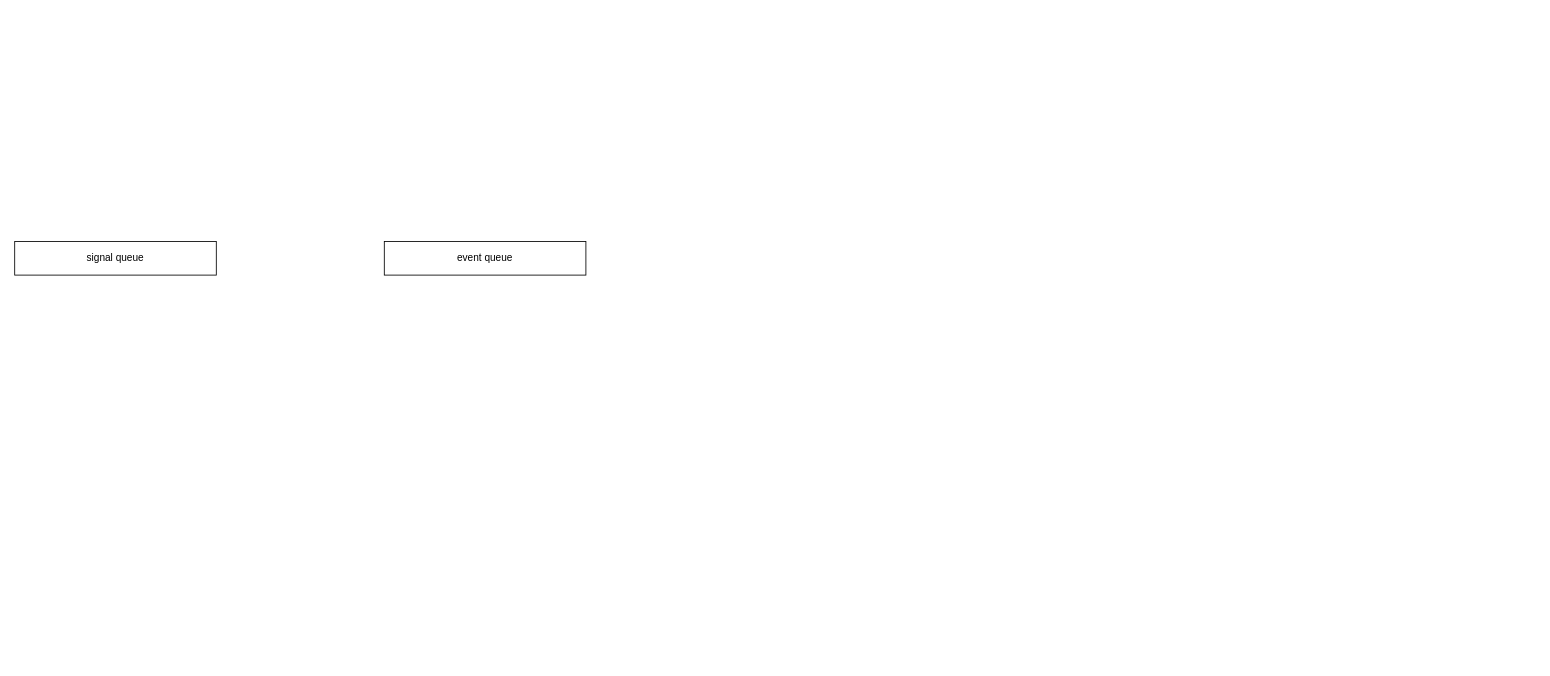
This is page "事件队列" (4 of 4) of HFTPolicy.drawio from zhaxd123/drawio, a draw.io file, before an edit. Source tidied: cells renumbered, new cells numbered last; positions are measured from the earlier drawing's top-left corner, leaving out a move shared by most shapes. Both pictures are drawn from the tidied source at 84%, with x=0, y=0 at pixel (14, 241).
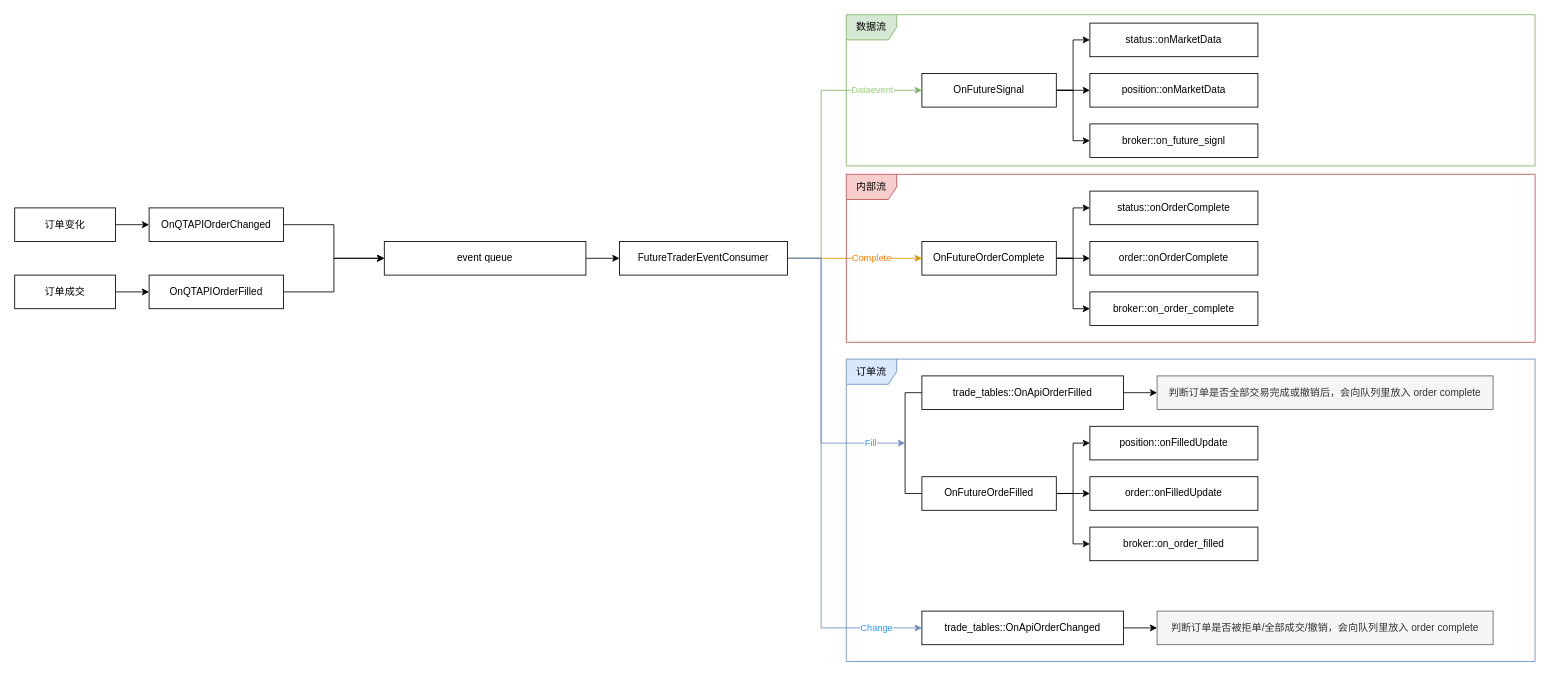
The same diagram, later.

The change refers to these unchanged cells:
```xml
<mxCell id="3" value="event queue" style="rounded=0;whiteSpace=wrap;html=1;" parent="1" vertex="1">
  <mxGeometry x="440" width="240" height="40" as="geometry" />
</mxCell>
```

What changed in the source:
```diff
@@
-    <mxCell id="2" value="signal queue" style="rounded=0;whiteSpace=wrap;html=1;" parent="1" vertex="1">
-      <mxGeometry width="240" height="40" as="geometry" />
-    </mxCell>
+    <mxCell id="4" style="edgeStyle=orthogonalEdgeStyle;rounded=0;jettySize=auto;html=1;" parent="1" edge="1" source="3" target="17">
+      <mxGeometry relative="1" as="geometry" />
+    </mxCell>
@@
+    <mxCell id="5" style="edgeStyle=orthogonalEdgeStyle;rounded=0;jettySize=auto;html=1;" parent="1" edge="1" source="6" target="12">
+      <mxGeometry relative="1" as="geometry" />
+    </mxCell>
+    <mxCell id="6" value="订单成交" style="rounded=0;whiteSpace=wrap;html=1;" parent="1" vertex="1">
+      <mxGeometry y="40" width="120" height="40" as="geometry" />
+    </mxCell>
+    <mxCell id="7" style="edgeStyle=orthogonalEdgeStyle;rounded=0;jettySize=auto;html=1;" parent="1" edge="1" source="8" target="10">
+      <mxGeometry relative="1" as="geometry" />
+    </mxCell>
+    <mxCell id="8" value="订单变化" style="rounded=0;whiteSpace=wrap;html=1;" parent="1" vertex="1">
+      <mxGeometry y="-40" width="120" height="40" as="geometry" />
+    </mxCell>
+    <mxCell id="9" style="edgeStyle=orthogonalEdgeStyle;rounded=0;jettySize=auto;html=1;exitX=1;exitY=0.5;exitDx=0;exitDy=0;entryX=0;entryY=0.5;entryDx=0;entryDy=0;" parent="1" edge="1" source="10" target="3">
+      <mxGeometry relative="1" as="geometry" />
+    </mxCell>
+    <mxCell id="10" value="OnQTAPIOrderChanged" style="rounded=0;whiteSpace=wrap;html=1;" parent="1" vertex="1">
+      <mxGeometry x="160" y="-40" width="160" height="40" as="geometry" />
+    </mxCell>
+    <mxCell id="11" style="edgeStyle=orthogonalEdgeStyle;rounded=0;jettySize=auto;html=1;exitX=1;exitY=0.5;exitDx=0;exitDy=0;" parent="1" edge="1" source="12" target="3">
+      <mxGeometry relative="1" as="geometry" />
+    </mxCell>
+    <mxCell id="12" value="OnQTAPIOrderFilled" style="rounded=0;whiteSpace=wrap;html=1;" parent="1" vertex="1">
+      <mxGeometry x="160" y="40" width="160" height="40" as="geometry" />
+    </mxCell>
+    <mxCell id="13" value="Dataevent" style="edgeStyle=orthogonalEdgeStyle;rounded=0;jettySize=auto;html=1;exitX=1;exitY=0.5;exitDx=0;exitDy=0;entryX=0;entryY=0.5;entryDx=0;entryDy=0;fillColor=#d5e8d4;strokeColor=#82b366;fontColor=#97D077;" parent="1" edge="1" source="17" target="21">
+      <mxGeometry x="0.67" relative="1" as="geometry">
+        <Array as="points">
+          <mxPoint x="960" y="20" />
+          <mxPoint x="960" y="-180" />
+        </Array>
+      </mxGeometry>
+    </mxCell>
+    <mxCell id="14" value="Complete" style="edgeStyle=orthogonalEdgeStyle;rounded=0;jettySize=auto;html=1;exitX=1;exitY=0.5;exitDx=0;exitDy=0;fillColor=#ffe6cc;strokeColor=#d79b00;fontColor=#FF8000;" parent="1" edge="1" source="17" target="25">
+      <mxGeometry x="0.25" relative="1" as="geometry" />
+    </mxCell>
+    <mxCell id="15" value="Fill" style="edgeStyle=orthogonalEdgeStyle;rounded=0;jettySize=auto;html=1;exitX=1;exitY=0.5;exitDx=0;exitDy=0;fillColor=#dae8fc;strokeColor=#6c8ebf;fontColor=#3399FF;" parent="1" edge="1" source="17">
+      <mxGeometry x="0.77" relative="1" as="geometry">
+        <mxPoint x="1060" y="240" as="targetPoint" />
+        <Array as="points">
+          <mxPoint x="960" y="20" />
+          <mxPoint x="960" y="240" />
+        </Array>
+      </mxGeometry>
+    </mxCell>
+    <mxCell id="16" value="Change" style="edgeStyle=orthogonalEdgeStyle;rounded=0;jettySize=auto;html=1;exitX=1;exitY=0.5;exitDx=0;exitDy=0;entryX=0;entryY=0.5;entryDx=0;entryDy=0;fillColor=#dae8fc;strokeColor=#6c8ebf;fontColor=#3399FF;" parent="1" edge="1" source="17" target="44">
+      <mxGeometry x="0.82" relative="1" as="geometry">
+        <Array as="points">
+          <mxPoint x="960" y="20" />
+          <mxPoint x="960" y="460" />
+        </Array>
+      </mxGeometry>
+    </mxCell>
+    <mxCell id="17" value="FutureTraderEventConsumer" style="rounded=0;whiteSpace=wrap;html=1;" parent="1" vertex="1">
+      <mxGeometry x="720" width="200" height="40" as="geometry" />
+    </mxCell>
+    <mxCell id="18" style="edgeStyle=orthogonalEdgeStyle;rounded=0;jettySize=auto;html=1;exitX=1;exitY=0.5;exitDx=0;exitDy=0;entryX=0;entryY=0.5;entryDx=0;entryDy=0;" parent="1" edge="1" source="21" target="30">
+      <mxGeometry relative="1" as="geometry" />
+    </mxCell>
+    <mxCell id="19" style="edgeStyle=orthogonalEdgeStyle;rounded=0;jettySize=auto;html=1;exitX=1;exitY=0.5;exitDx=0;exitDy=0;" parent="1" edge="1" source="21" target="31">
+      <mxGeometry relative="1" as="geometry" />
+    </mxCell>
+    <mxCell id="20" style="edgeStyle=orthogonalEdgeStyle;rounded=0;jettySize=auto;html=1;exitX=1;exitY=0.5;exitDx=0;exitDy=0;entryX=0;entryY=0.5;entryDx=0;entryDy=0;" parent="1" edge="1" source="21" target="32">
+      <mxGeometry relative="1" as="geometry" />
+    </mxCell>
+    <mxCell id="21" value="OnFutureSignal" style="rounded=0;whiteSpace=wrap;html=1;" parent="1" vertex="1">
+      <mxGeometry x="1080" y="-200" width="160" height="40" as="geometry" />
+    </mxCell>
+    <mxCell id="22" style="edgeStyle=orthogonalEdgeStyle;rounded=0;jettySize=auto;html=1;exitX=1;exitY=0.5;exitDx=0;exitDy=0;entryX=0;entryY=0.5;entryDx=0;entryDy=0;" parent="1" edge="1" source="25" target="33">
+      <mxGeometry relative="1" as="geometry" />
+    </mxCell>
+    <mxCell id="23" style="edgeStyle=orthogonalEdgeStyle;rounded=0;jettySize=auto;html=1;exitX=1;exitY=0.5;exitDx=0;exitDy=0;" parent="1" edge="1" source="25" target="34">
+      <mxGeometry relative="1" as="geometry" />
+    </mxCell>
+    <mxCell id="24" style="edgeStyle=orthogonalEdgeStyle;rounded=0;jettySize=auto;html=1;exitX=1;exitY=0.5;exitDx=0;exitDy=0;entryX=0;entryY=0.5;entryDx=0;entryDy=0;" parent="1" edge="1" source="25" target="35">
+      <mxGeometry relative="1" as="geometry" />
+    </mxCell>
+    <mxCell id="25" value="OnFutureOrderComplete" style="rounded=0;whiteSpace=wrap;html=1;" parent="1" vertex="1">
+      <mxGeometry x="1080" width="160" height="40" as="geometry" />
+    </mxCell>
+    <mxCell id="26" style="edgeStyle=orthogonalEdgeStyle;rounded=0;jettySize=auto;html=1;exitX=1;exitY=0.5;exitDx=0;exitDy=0;entryX=0;entryY=0.5;entryDx=0;entryDy=0;" parent="1" edge="1" source="29" target="36">
+      <mxGeometry relative="1" as="geometry" />
+    </mxCell>
+    <mxCell id="27" style="edgeStyle=orthogonalEdgeStyle;rounded=0;jettySize=auto;html=1;exitX=1;exitY=0.5;exitDx=0;exitDy=0;" parent="1" edge="1" source="29" target="37">
+      <mxGeometry relative="1" as="geometry" />
+    </mxCell>
+    <mxCell id="28" style="edgeStyle=orthogonalEdgeStyle;rounded=0;jettySize=auto;html=1;exitX=1;exitY=0.5;exitDx=0;exitDy=0;entryX=0;entryY=0.5;entryDx=0;entryDy=0;" parent="1" edge="1" source="29" target="38">
+      <mxGeometry relative="1" as="geometry" />
+    </mxCell>
+    <mxCell id="29" value="OnFutureOrdeFilled" style="rounded=0;whiteSpace=wrap;html=1;" parent="1" vertex="1">
+      <mxGeometry x="1080" y="280" width="160" height="40" as="geometry" />
+    </mxCell>
+    <mxCell id="30" value="status::onMarketData" style="rounded=0;whiteSpace=wrap;html=1;" parent="1" vertex="1">
+      <mxGeometry x="1280" y="-260" width="200" height="40" as="geometry" />
+    </mxCell>
+    <mxCell id="31" value="position::onMarketData" style="rounded=0;whiteSpace=wrap;html=1;" parent="1" vertex="1">
+      <mxGeometry x="1280" y="-200" width="200" height="40" as="geometry" />
+    </mxCell>
+    <mxCell id="32" value="broker::on_future_signl" style="rounded=0;whiteSpace=wrap;html=1;" parent="1" vertex="1">
+      <mxGeometry x="1280" y="-140" width="200" height="40" as="geometry" />
+    </mxCell>
+    <mxCell id="33" value="status::onOrderComplete" style="rounded=0;whiteSpace=wrap;html=1;" parent="1" vertex="1">
+      <mxGeometry x="1280" y="-60" width="200" height="40" as="geometry" />
+    </mxCell>
+    <mxCell id="34" value="order::onOrderComplete" style="rounded=0;whiteSpace=wrap;html=1;" parent="1" vertex="1">
+      <mxGeometry x="1280" width="200" height="40" as="geometry" />
+    </mxCell>
+    <mxCell id="35" value="broker::on_order_complete" style="rounded=0;whiteSpace=wrap;html=1;" parent="1" vertex="1">
+      <mxGeometry x="1280" y="60" width="200" height="40" as="geometry" />
+    </mxCell>
+    <mxCell id="36" value="position::onFilledUpdate" style="rounded=0;whiteSpace=wrap;html=1;" parent="1" vertex="1">
+      <mxGeometry x="1280" y="220" width="200" height="40" as="geometry" />
+    </mxCell>
+    <mxCell id="37" value="order::onFilledUpdate" style="rounded=0;whiteSpace=wrap;html=1;" parent="1" vertex="1">
+      <mxGeometry x="1280" y="280" width="200" height="40" as="geometry" />
+    </mxCell>
+    <mxCell id="38" value="broker::on_order_filled" style="rounded=0;whiteSpace=wrap;html=1;" parent="1" vertex="1">
+      <mxGeometry x="1280" y="340" width="200" height="40" as="geometry" />
+    </mxCell>
+    <mxCell id="39" style="edgeStyle=orthogonalEdgeStyle;rounded=0;jettySize=auto;html=1;exitX=0;exitY=0.5;exitDx=0;exitDy=0;entryX=0;entryY=0.5;entryDx=0;entryDy=0;endArrow=none;endFill=0;" parent="1" edge="1" source="41" target="29">
+      <mxGeometry relative="1" as="geometry" />
+    </mxCell>
+    <mxCell id="40" style="edgeStyle=orthogonalEdgeStyle;rounded=0;jettySize=auto;html=1;exitX=1;exitY=0.5;exitDx=0;exitDy=0;" parent="1" edge="1" source="41" target="42">
+      <mxGeometry relative="1" as="geometry" />
+    </mxCell>
+    <mxCell id="41" value="trade_tables::OnApiOrderFilled" style="rounded=0;whiteSpace=wrap;html=1;" parent="1" vertex="1">
+      <mxGeometry x="1080" y="160" width="240" height="40" as="geometry" />
+    </mxCell>
+    <mxCell id="42" value="判断订单是否全部交易完成或撤销后，会向队列里放入 order complete" style="rounded=0;whiteSpace=wrap;html=1;fillColor=#f5f5f5;fontColor=#333333;strokeColor=#666666;" parent="1" vertex="1">
+      <mxGeometry x="1360" y="160" width="400" height="40" as="geometry" />
+    </mxCell>
+    <mxCell id="43" style="edgeStyle=orthogonalEdgeStyle;rounded=0;jettySize=auto;html=1;exitX=1;exitY=0.5;exitDx=0;exitDy=0;" parent="1" edge="1" source="44" target="45">
+      <mxGeometry relative="1" as="geometry" />
+    </mxCell>
+    <mxCell id="44" value="trade_tables::OnApiOrderChanged" style="rounded=0;whiteSpace=wrap;html=1;" parent="1" vertex="1">
+      <mxGeometry x="1080" y="440" width="240" height="40" as="geometry" />
+    </mxCell>
+    <mxCell id="45" value="判断订单是否被拒单/全部成交/撤销，会向队列里放入 order complete" style="rounded=0;whiteSpace=wrap;html=1;fillColor=#f5f5f5;fontColor=#333333;strokeColor=#666666;" parent="1" vertex="1">
+      <mxGeometry x="1360" y="440" width="400" height="40" as="geometry" />
+    </mxCell>
+    <mxCell id="46" value="订单流" style="shape=umlFrame;whiteSpace=wrap;html=1;fillColor=#dae8fc;strokeColor=#6c8ebf;" parent="1" vertex="1">
+      <mxGeometry x="990" y="140" width="820" height="360" as="geometry" />
+    </mxCell>
+    <mxCell id="47" value="内部流" style="shape=umlFrame;whiteSpace=wrap;html=1;fillColor=#f8cecc;strokeColor=#b85450;" parent="1" vertex="1">
+      <mxGeometry x="990" y="-80" width="820" height="200" as="geometry" />
+    </mxCell>
+    <mxCell id="48" value="数据流" style="shape=umlFrame;whiteSpace=wrap;html=1;fillColor=#d5e8d4;strokeColor=#82b366;" parent="1" vertex="1">
+      <mxGeometry x="990" y="-270" width="820" height="180" as="geometry" />
+    </mxCell>
```
